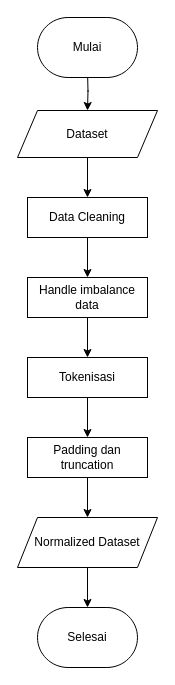
Above: Metode.drawio in meisyareptiana/design_database (draw.io), before the change. Source tidied: cells renumbered, new cells numbered last; positions are measured from the earlier drawing's top-left corner, leaving out a move shared by most shapes. Both pictures are drawn from the tidied source at 100%, with x=0, y=0 at pixel (17, 17).
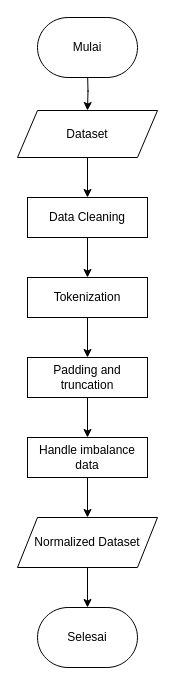
Above is the later version.

What changed in the source:
```diff
@@
 <mxGraphModel>
   <root>
     <mxCell id="0" />
     <mxCell id="1" parent="0" />
     <mxCell id="2" style="edgeStyle=orthogonalEdgeStyle;rounded=0;orthogonalLoop=1;jettySize=auto;html=1;" parent="1" edge="1">
       <mxGeometry relative="1" as="geometry">
         <mxPoint x="70" y="53" as="sourcePoint" />
         <mxPoint x="70" y="93" as="targetPoint" />
       </mxGeometry>
     </mxCell>
     <mxCell id="3" value="Selesai" style="fixedSize=1;html=1;shape=mxgraph.flowchart.terminator;whiteSpace=wrap;" parent="1" vertex="1">
       <mxGeometry x="20" y="590" width="100" height="60" as="geometry" />
     </mxCell>
     <mxCell id="4" style="edgeStyle=orthogonalEdgeStyle;rounded=0;jettySize=auto;html=1;" parent="1" edge="1" source="5" target="7">
       <mxGeometry relative="1" as="geometry" />
     </mxCell>
     <mxCell id="5" value="Data Cleaning" style="rounded=0;whiteSpace=wrap;html=1;" parent="1" vertex="1">
       <mxGeometry x="10" y="180" width="120" height="40" as="geometry" />
     </mxCell>
     <mxCell id="6" style="edgeStyle=orthogonalEdgeStyle;rounded=0;jettySize=auto;html=1;" parent="1" edge="1" source="7" target="9">
       <mxGeometry relative="1" as="geometry" />
     </mxCell>
-    <mxCell id="7" value="Handle imbalance data" style="rounded=0;whiteSpace=wrap;html=1;" parent="1" vertex="1">
+    <mxCell id="7" value="Tokenization" style="rounded=0;whiteSpace=wrap;html=1;" parent="1" vertex="1">
       <mxGeometry x="10" y="260" width="120" height="40" as="geometry" />
     </mxCell>
     <mxCell id="8" style="edgeStyle=orthogonalEdgeStyle;rounded=0;jettySize=auto;html=1;" parent="1" edge="1" source="9" target="11">
       <mxGeometry relative="1" as="geometry" />
     </mxCell>
-    <mxCell id="9" value="Tokenisasi" style="rounded=0;whiteSpace=wrap;html=1;" parent="1" vertex="1">
+    <mxCell id="9" value="Padding and truncation" style="rounded=0;whiteSpace=wrap;html=1;" parent="1" vertex="1">
       <mxGeometry x="10" y="340" width="120" height="40" as="geometry" />
     </mxCell>
     <mxCell id="10" style="edgeStyle=orthogonalEdgeStyle;rounded=0;jettySize=auto;html=1;" parent="1" edge="1" source="11" target="15">
       <mxGeometry relative="1" as="geometry" />
     </mxCell>
-    <mxCell id="11" value="Padding dan truncation" style="rounded=0;whiteSpace=wrap;html=1;" parent="1" vertex="1">
+    <mxCell id="11" value="Handle imbalance data" style="rounded=0;whiteSpace=wrap;html=1;" parent="1" vertex="1">
       <mxGeometry x="10" y="420" width="120" height="40" as="geometry" />
     </mxCell>
     <mxCell id="12" style="edgeStyle=orthogonalEdgeStyle;rounded=0;jettySize=auto;html=1;entryX=0.5;entryY=0;entryDx=0;entryDy=0;" parent="1" edge="1" source="13" target="5">
       <mxGeometry relative="1" as="geometry" />
     </mxCell>
     <mxCell id="13" value="Dataset" style="shape=parallelogram;perimeter=parallelogramPerimeter;whiteSpace=wrap;html=1;fixedSize=1;" parent="1" vertex="1">
       <mxGeometry y="93" width="140" height="47" as="geometry" />
     </mxCell>
     <mxCell id="14" value="Mulai" style="fixedSize=1;html=1;shape=mxgraph.flowchart.terminator;whiteSpace=wrap;" parent="1" vertex="1">
       <mxGeometry x="20" width="100" height="60" as="geometry" />
     </mxCell>
     <mxCell id="15" value="Normalized Dataset" style="shape=parallelogram;perimeter=parallelogramPerimeter;whiteSpace=wrap;html=1;fixedSize=1;" parent="1" vertex="1">
       <mxGeometry y="500" width="140" height="50" as="geometry" />
     </mxCell>
     <mxCell id="16" style="edgeStyle=orthogonalEdgeStyle;rounded=0;jettySize=auto;html=1;entryX=0.5;entryY=0;entryDx=0;entryDy=0;entryPerimeter=0;" parent="1" edge="1" source="15" target="3">
       <mxGeometry relative="1" as="geometry" />
     </mxCell>
   </root>
 </mxGraphModel>
```
